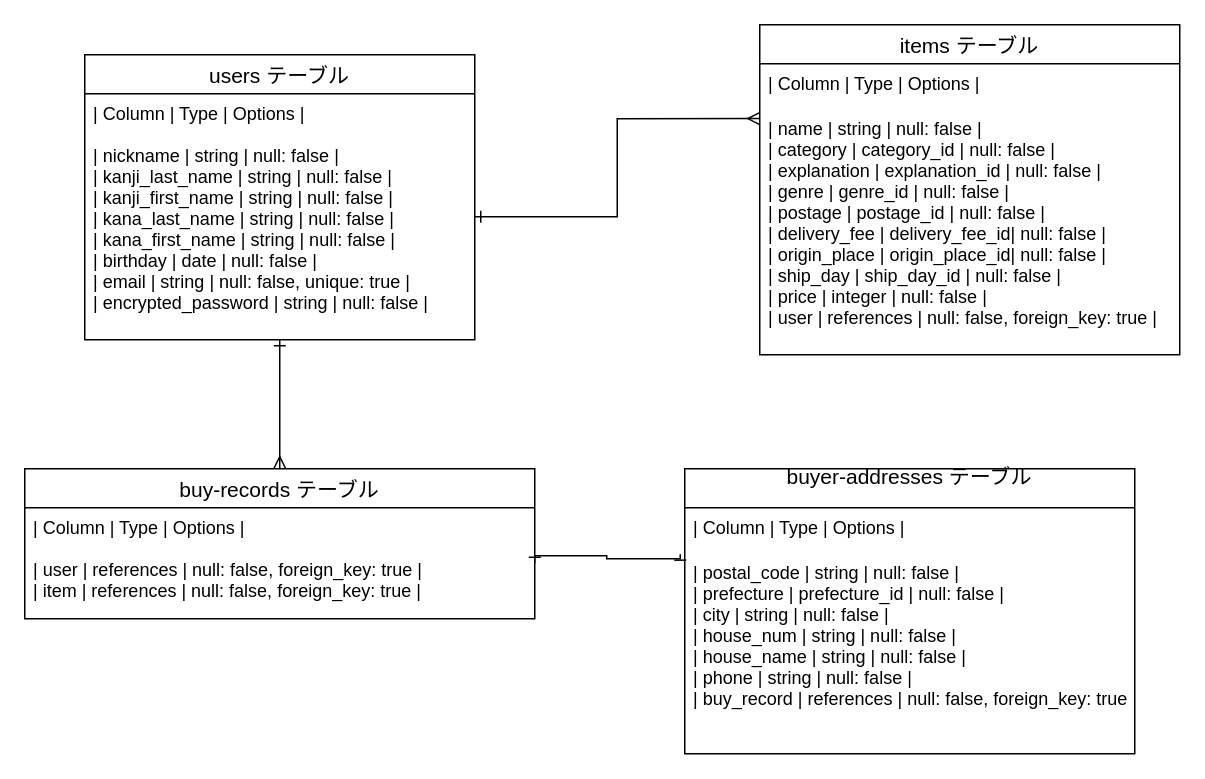
Earlier version of the draw.io diagram test.dio (Kittanokas/furima-36482). Source tidied: cells renumbered, new cells numbered last; positions are measured from the earlier drawing's top-left corner, leaving out a move shared by most shapes. Both pictures are drawn from the tidied source at 150%, with x=0, y=0 at pixel (24, 24).
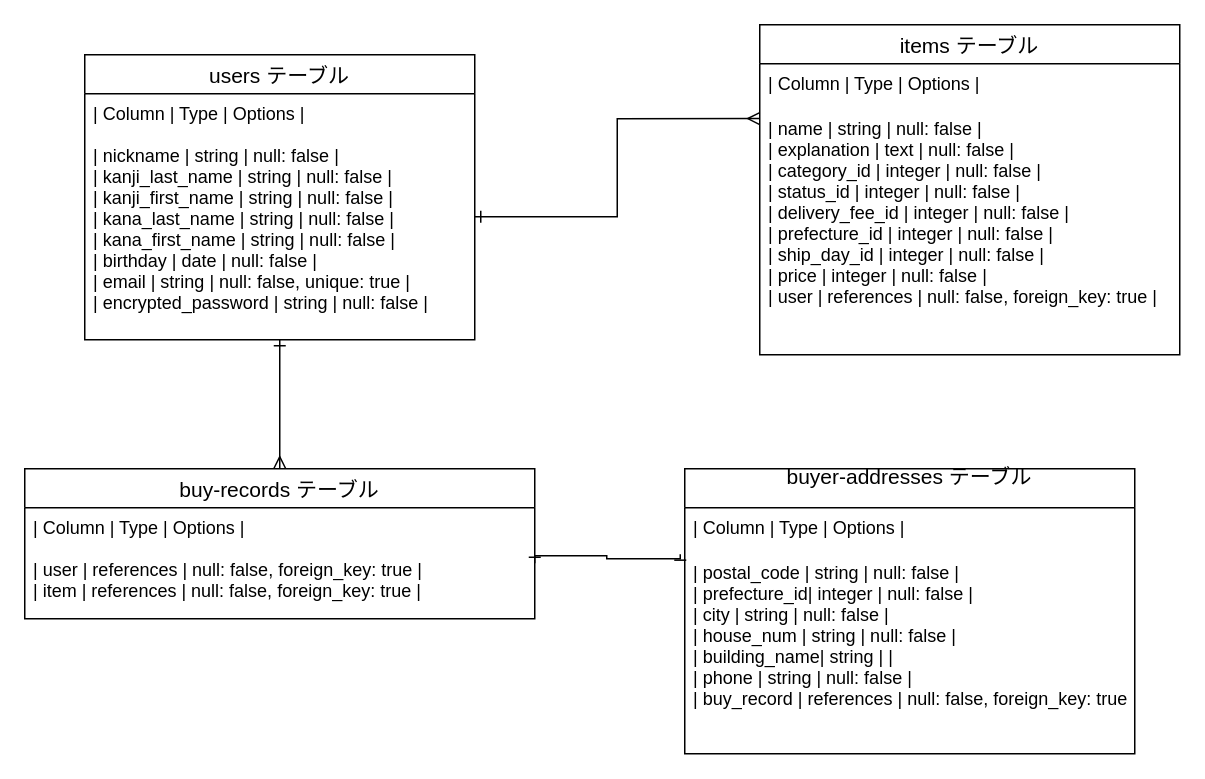
The same diagram, later.

Diff of the diagram source:
```diff
@@
 <mxGraphModel>
   <root>
     <mxCell id="0" />
     <mxCell id="1" parent="0" />
     <mxCell id="2" value="users テーブル" style="swimlane;fontStyle=0;horizontal=1;startSize=26;align=center;fontSize=14;" parent="1" vertex="1">
       <mxGeometry x="40" y="20" width="260" height="190" as="geometry" />
     </mxCell>
     <mxCell id="3" value="| Column                | Type     | Options      |&#10;&#10;| nickname              | string   | null: false                |&#10;| kanji_last_name       | string   | null: false                |&#10;| kanji_first_name      | string   | null: false                |&#10;| kana_last_name        | string   | null: false                |&#10;| kana_first_name       | string   | null: false                |&#10;| birthday              | date     | null: false                |&#10;| email                 | string   | null: false, unique: true  |&#10;| encrypted_password    | string   | null: false                |&#10;" style="text;strokeColor=none;fillColor=none;spacingLeft=4;spacingRight=4;overflow=hidden;points=[[0,0.5],[1,0.5]];portConstraint=eastwest;fontSize=12;" parent="2" vertex="1">
       <mxGeometry y="26" width="260" height="164" as="geometry" />
     </mxCell>
     <mxCell id="4" value=" items テーブル" style="swimlane;fontStyle=0;horizontal=1;startSize=26;align=center;fontSize=14;" parent="1" vertex="1">
       <mxGeometry x="490" width="280" height="220" as="geometry" />
     </mxCell>
     <mxCell id="5" value="| Column          | Type    | Options     |" style="text;strokeColor=none;fillColor=none;spacingLeft=4;spacingRight=4;overflow=hidden;fontSize=12;" parent="4" vertex="1">
       <mxGeometry y="26" width="280" height="30" as="geometry" />
     </mxCell>
-    <mxCell id="6" value="| name            | string         | null: false                     |&#10;| category        | category_id    | null: false                     |&#10;| explanation     | explanation_id | null: false                     |&#10;| genre           | genre_id       | null: false                     |&#10;| postage         | postage_id     | null: false                     |&#10;| delivery_fee    | delivery_fee_id| null: false                     |&#10;| origin_place    | origin_place_id| null: false                     |&#10;| ship_day        | ship_day_id    | null: false                     |&#10;| price           | integer        | null: false                     |&#10;| user            | references     | null: false, foreign_key: true  |&#10;" style="text;strokeColor=none;fillColor=none;spacingLeft=4;spacingRight=4;overflow=hidden;points=[[0,0.5],[1,0.5]];portConstraint=eastwest;fontSize=12;" parent="4" vertex="1">
+    <mxCell id="6" value="| name            | string         | null: false                     |&#10;| explanation     | text           | null: false                     |&#10;| category_id     | integer        | null: false                     |&#10;| status_id       | integer        | null: false                     |&#10;| delivery_fee_id | integer        | null: false                     |&#10;| prefecture_id   | integer        | null: false                     |&#10;| ship_day_id     | integer        | null: false                     |&#10;| price           | integer        | null: false                     |&#10;| user            | references     | null: false, foreign_key: true  |&#10;" style="text;strokeColor=none;fillColor=none;spacingLeft=4;spacingRight=4;overflow=hidden;points=[[0,0.5],[1,0.5]];portConstraint=eastwest;fontSize=12;" parent="4" vertex="1">
       <mxGeometry y="56" width="280" height="164" as="geometry" />
     </mxCell>
     <mxCell id="7" style="edgeStyle=orthogonalEdgeStyle;rounded=0;jettySize=auto;html=1;exitX=0.5;exitY=0;exitDx=0;exitDy=0;entryX=0.5;entryY=1;entryDx=0;entryDy=0;endArrow=ERone;endFill=0;startArrow=ERmany;startFill=0;" parent="1" edge="1" source="8" target="2">
       <mxGeometry relative="1" as="geometry" />
     </mxCell>
     <mxCell id="8" value=" buy-records テーブル" style="swimlane;fontStyle=0;horizontal=1;startSize=26;align=center;fontSize=14;" parent="1" vertex="1">
       <mxGeometry y="296" width="340" height="100" as="geometry" />
     </mxCell>
     <mxCell id="9" value="| Column   | Type       | Options                        |&#10;&#10;| user     | references | null: false, foreign_key: true |&#10;| item     | references | null: false, foreign_key: true |" style="text;strokeColor=none;fillColor=none;spacingLeft=4;spacingRight=4;overflow=hidden;points=[[0,0.5],[1,0.5]];portConstraint=eastwest;fontSize=12;" parent="8" vertex="1">
       <mxGeometry y="26" width="340" height="74" as="geometry" />
     </mxCell>
     <mxCell id="10" value="buyer-addresses テーブル&#10;" style="swimlane;fontStyle=0;horizontal=1;startSize=26;align=center;fontSize=14;" parent="1" vertex="1">
       <mxGeometry x="440" y="296" width="300" height="190" as="geometry" />
     </mxCell>
     <mxCell id="11" value="| Column       | Type       | Options                        |" style="text;strokeColor=none;fillColor=none;spacingLeft=4;spacingRight=4;overflow=hidden;fontSize=12;" parent="10" vertex="1">
       <mxGeometry y="26" width="300" height="30" as="geometry" />
     </mxCell>
-    <mxCell id="12" value="| postal_code  | string        | null: false                    |&#10;| prefecture   | prefecture_id | null: false                    |&#10;| city         | string        | null: false                    |&#10;| house_num    | string        | null: false                    |&#10;| house_name   | string        | null: false                    |&#10;| phone        | string        | null: false                    |&#10;| buy_record   | references    | null: false, foreign_key: true |" style="text;strokeColor=none;fillColor=none;spacingLeft=4;spacingRight=4;overflow=hidden;points=[[0,0.5],[1,0.5]];portConstraint=eastwest;fontSize=12;" parent="10" vertex="1">
+    <mxCell id="12" value="| postal_code  | string        | null: false                    |&#10;| prefecture_id| integer       | null: false                    |&#10;| city         | string        | null: false                    |&#10;| house_num    | string        | null: false                    |&#10;| building_name| string        |                                |&#10;| phone        | string        | null: false                    |&#10;| buy_record   | references    | null: false, foreign_key: true |" style="text;strokeColor=none;fillColor=none;spacingLeft=4;spacingRight=4;overflow=hidden;points=[[0,0.5],[1,0.5]];portConstraint=eastwest;fontSize=12;" parent="10" vertex="1">
       <mxGeometry y="56" width="300" height="134" as="geometry" />
     </mxCell>
     <mxCell id="13" style="edgeStyle=orthogonalEdgeStyle;rounded=0;jettySize=auto;html=1;exitX=1;exitY=0.5;exitDx=0;exitDy=0;entryX=0;entryY=0.04;entryDx=0;entryDy=0;entryPerimeter=0;endArrow=ERmany;endFill=0;startArrow=ERone;startFill=0;" parent="1" edge="1" source="3" target="6">
       <mxGeometry relative="1" as="geometry" />
     </mxCell>
     <mxCell id="14" style="edgeStyle=orthogonalEdgeStyle;rounded=0;jettySize=auto;html=1;exitX=1;exitY=0.5;exitDx=0;exitDy=0;endArrow=ERone;endFill=0;entryX=-0.01;entryY=0.007;entryDx=0;entryDy=0;entryPerimeter=0;startArrow=ERone;startFill=0;" parent="1" edge="1" source="9" target="12">
       <mxGeometry relative="1" as="geometry">
         <Array as="points">
           <mxPoint x="388" y="354" />
           <mxPoint x="388" y="356" />
           <mxPoint x="437" y="356" />
         </Array>
       </mxGeometry>
     </mxCell>
   </root>
 </mxGraphModel>
```
